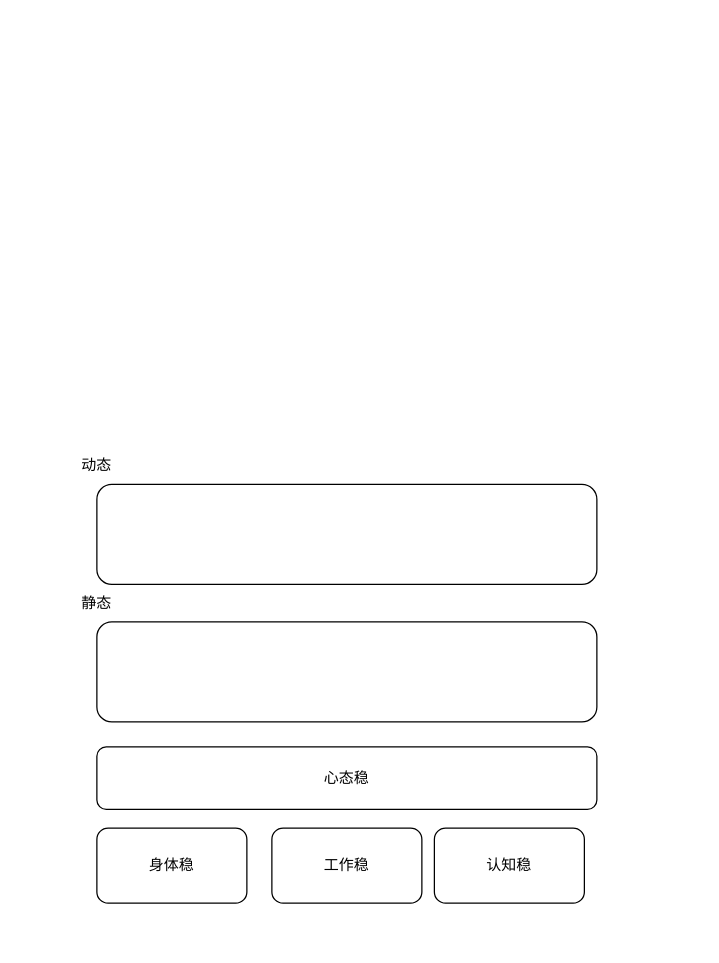
The draw.io diagram menus/开车模型.drawio in Asamiyaa/microservice-k8s-yun, before the edit. Source tidied: cells renumbered, new cells numbered last; positions are measured from the earlier drawing's top-left corner, leaving out a move shared by most shapes. Both pictures are drawn from the tidied source at 125%, with x=0, y=0 at pixel (59, 446).
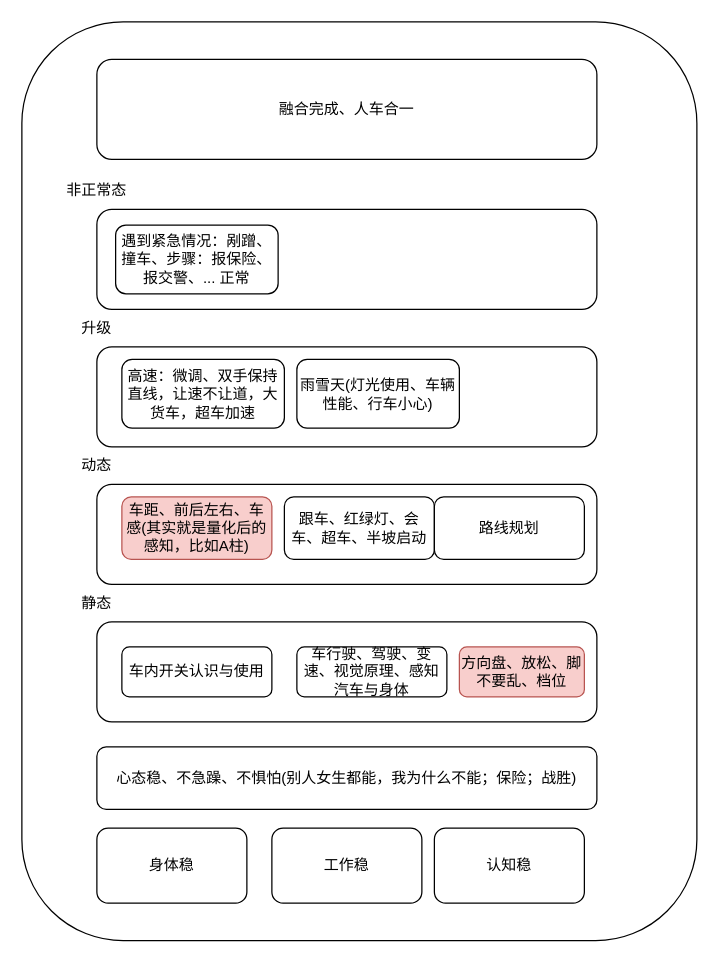
The same page after the edit.

Commit message (it also covers changes not shown here):
更新开车模型.drawio

Change to the diagram source:
```diff
@@
+    <mxCell id="10" style="rounded=1;whiteSpace=wrap;html=1;" parent="1" vertex="1">
+      <mxGeometry x="-30" y="-340" width="540" height="735" as="geometry" />
+    </mxCell>
-    <mxCell id="2" value="心态稳" style="rounded=1;whiteSpace=wrap;html=1;" parent="1" vertex="1">
+    <mxCell id="2" value="心态稳、不急躁、不惧怕(别人女生都能，我为什么不能；保险；战胜)" style="rounded=1;whiteSpace=wrap;html=1;" parent="1" vertex="1">
       <mxGeometry x="30" y="240" width="400" height="50" as="geometry" />
     </mxCell>
@@
+    <mxCell id="11" value="车内开关认识与使用" style="rounded=1;whiteSpace=wrap;html=1;" parent="1" vertex="1">
+      <mxGeometry x="50" y="160" width="120" height="40" as="geometry" />
+    </mxCell>
+    <mxCell id="12" value="车行驶、驾驶、变速、视觉原理、感知汽车与身体" style="rounded=1;whiteSpace=wrap;html=1;" parent="1" vertex="1">
+      <mxGeometry x="190" y="160" width="120" height="40" as="geometry" />
+    </mxCell>
+    <mxCell id="13" value="方向盘、放松、脚不要乱、档位" style="rounded=1;whiteSpace=wrap;html=1;fillColor=#f8cecc;strokeColor=#b85450;" parent="1" vertex="1">
+      <mxGeometry x="320" y="160" width="100" height="40" as="geometry" />
+    </mxCell>
+    <mxCell id="14" value="车距、前后左右、车感(其实就是量化后的感知，比如A柱)" style="rounded=1;whiteSpace=wrap;html=1;fillColor=#f8cecc;strokeColor=#b85450;" parent="1" vertex="1">
+      <mxGeometry x="50" y="40" width="120" height="50" as="geometry" />
+    </mxCell>
+    <mxCell id="15" value="跟车、红绿灯、会车、超车、半坡启动" style="rounded=1;whiteSpace=wrap;html=1;" parent="1" vertex="1">
+      <mxGeometry x="180" y="40" width="120" height="50" as="geometry" />
+    </mxCell>
+    <mxCell id="16" style="rounded=1;whiteSpace=wrap;html=1;" parent="1" vertex="1">
+      <mxGeometry x="30" y="-80" width="400" height="80" as="geometry" />
+    </mxCell>
+    <mxCell id="17" value="非正常态" style="text;html=1;strokeColor=none;fillColor=none;align=center;verticalAlign=middle;whiteSpace=wrap;rounded=0;" parent="1" vertex="1">
+      <mxGeometry y="-220" width="60" height="30" as="geometry" />
+    </mxCell>
+    <mxCell id="18" value="高速：微调、双手保持直线，让速不让道，大货车，超车加速" style="rounded=1;whiteSpace=wrap;html=1;" parent="1" vertex="1">
+      <mxGeometry x="50" y="-70" width="130" height="55" as="geometry" />
+    </mxCell>
+    <mxCell id="19" value="路线规划" style="rounded=1;whiteSpace=wrap;html=1;" parent="1" vertex="1">
+      <mxGeometry x="300" y="40" width="120" height="50" as="geometry" />
+    </mxCell>
+    <mxCell id="20" value="雨雪天(灯光使用、车辆性能、行车小心)" style="rounded=1;whiteSpace=wrap;html=1;" parent="1" vertex="1">
+      <mxGeometry x="190" y="-70" width="130" height="55" as="geometry" />
+    </mxCell>
+    <mxCell id="21" style="rounded=1;whiteSpace=wrap;html=1;" parent="1" vertex="1">
+      <mxGeometry x="30" y="-190" width="400" height="80" as="geometry" />
+    </mxCell>
+    <mxCell id="22" value="遇到紧急情况：剐蹭、撞车、步骤：报保险、报交警、... 正常" style="rounded=1;whiteSpace=wrap;html=1;" parent="1" vertex="1">
+      <mxGeometry x="45" y="-177.5" width="130" height="55" as="geometry" />
+    </mxCell>
+    <mxCell id="23" value="升级" style="text;html=1;strokeColor=none;fillColor=none;align=center;verticalAlign=middle;whiteSpace=wrap;rounded=0;" parent="1" vertex="1">
+      <mxGeometry y="-110" width="60" height="30" as="geometry" />
+    </mxCell>
+    <mxCell id="24" value="融合完成、人车合一" style="rounded=1;whiteSpace=wrap;html=1;" parent="1" vertex="1">
+      <mxGeometry x="30" y="-310" width="400" height="80" as="geometry" />
+    </mxCell>
```
